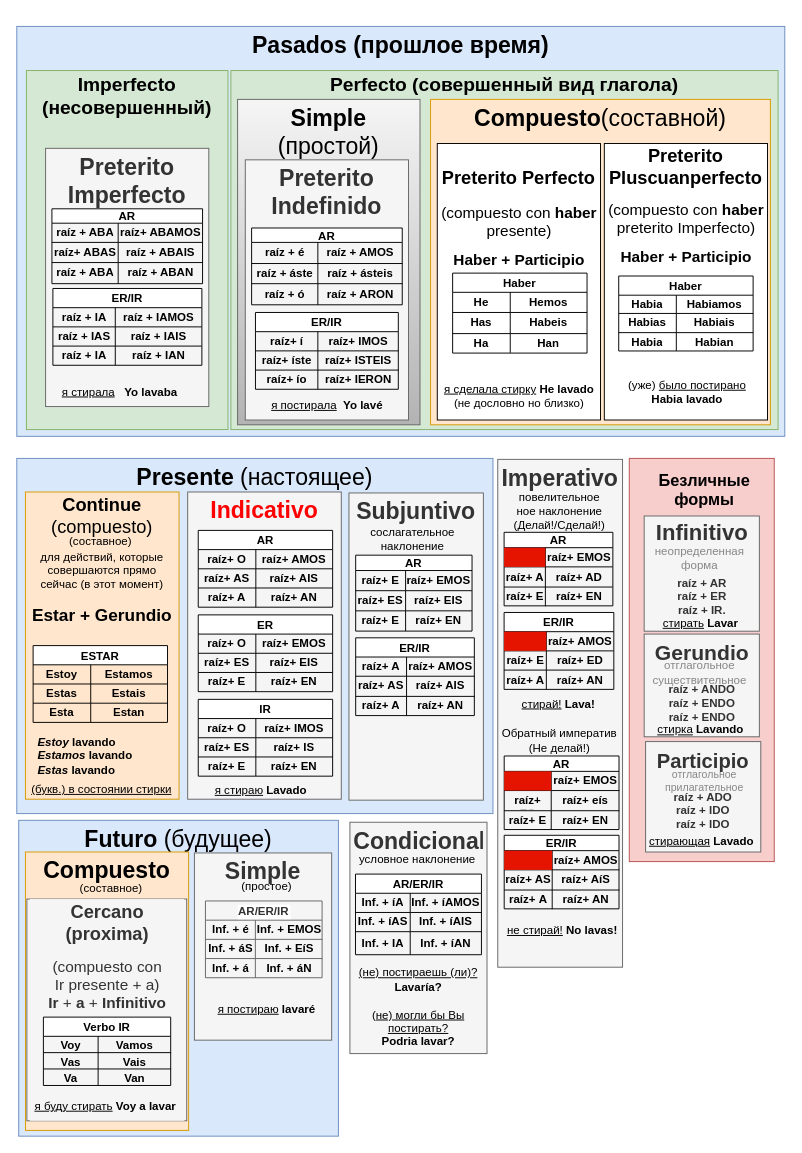
Earlier version of the draw.io diagram espverb.drawio (2zlodey/4drawio). Source tidied: cells renumbered, new cells numbered last; positions are measured from the earlier drawing's top-left corner, leaving out a move shared by most shapes. Both pictures are drawn from the tidied source at 96%, with x=0, y=0 at pixel (16, 26).
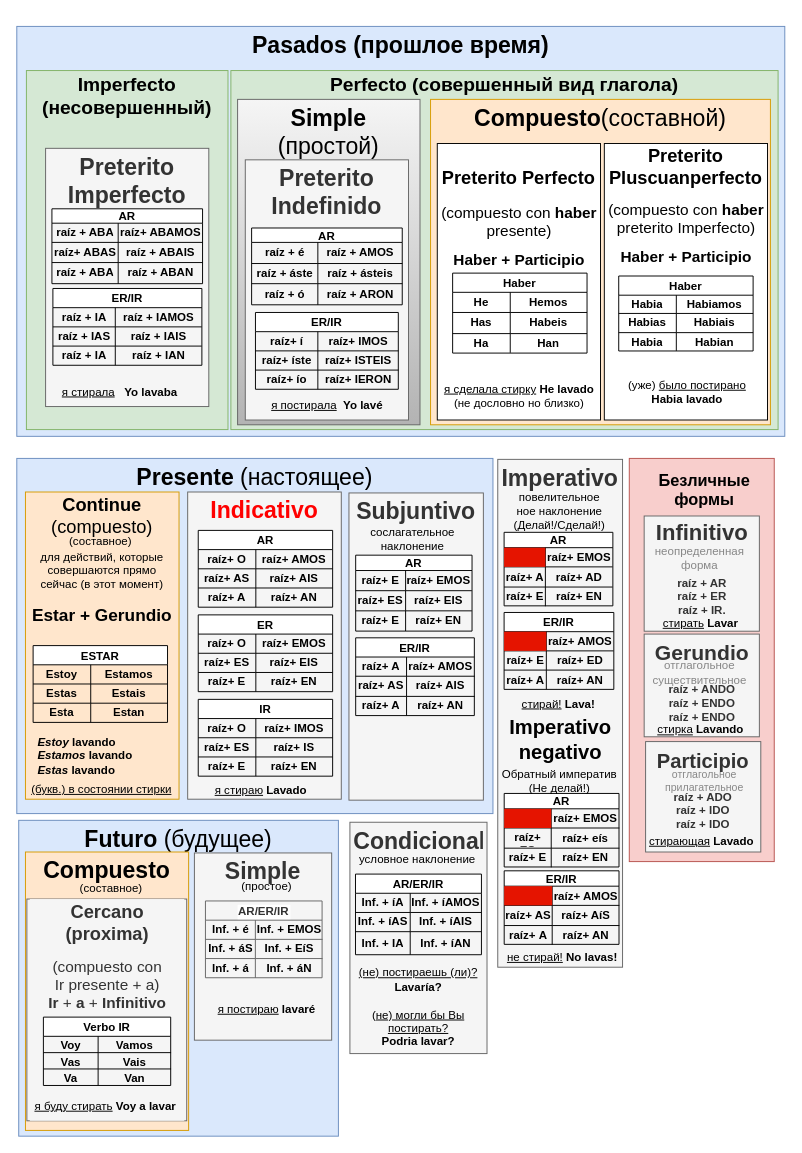
The same diagram, later.

The change refers to these unchanged cells:
```xml
<mxCell id="65" style="group;fontStyle=1;" parent="1" vertex="1">
  <mxGeometry x="501" y="450" width="137.9" height="530" as="geometry" />
</mxCell>
```

The edit, as a diff of the source:
```diff
@@
     <mxCell id="89" value="AR" style="shape=table;startSize=16;childLayout=tableLayout;fontStyle=1;" parent="65" vertex="1">
-      <mxGeometry x="6.7" y="310" width="119.6" height="76.6" as="geometry" />
+      <mxGeometry x="6.7" y="349" width="119.6" height="76.6" as="geometry" />
     </mxCell>
@@
     <mxCell id="99" value="Обратный императив&lt;br&gt;(Не делай!)" style="text;html=1;align=center;verticalAlign=middle;strokeColor=none;fillColor=none;" parent="65" vertex="1">
-      <mxGeometry x="-6.1" y="274" width="140" height="40" as="geometry" />
+      <mxGeometry x="-6.1" y="316" width="140" height="40" as="geometry" />
     </mxCell>
     <mxCell id="100" value="ER/IR" style="shape=table;startSize=16;childLayout=tableLayout;fontStyle=1;" parent="65" vertex="1">
-      <mxGeometry x="6.7" y="392.6" width="119.6" height="76.6" as="geometry" />
+      <mxGeometry x="6.7" y="429.6" width="119.6" height="76.6" as="geometry" />
     </mxCell>
@@
     <mxCell id="110" value="&lt;u&gt;не стирай!&lt;/u&gt;&lt;b&gt; No lavas!&lt;/b&gt;&lt;u&gt;&lt;b&gt;&lt;br&gt;&lt;/b&gt;&lt;/u&gt;" style="text;html=1;align=center;verticalAlign=middle;strokeColor=none;fillColor=none;" parent="65" vertex="1">
-      <mxGeometry x="-3.5" y="477" width="140" height="30" as="geometry" />
+      <mxGeometry x="-3.5" y="505" width="140" height="30" as="geometry" />
     </mxCell>
+    <mxCell id="254" value="&lt;font style=&quot;font-size: 21px;&quot;&gt;Imperativo&lt;br&gt;negativo&lt;/font&gt;" style="text;html=1;align=center;verticalAlign=middle;strokeColor=none;fillColor=none;fontStyle=1;" parent="65" vertex="1">
+      <mxGeometry y="263" width="130" height="60" as="geometry" />
+    </mxCell>
```
